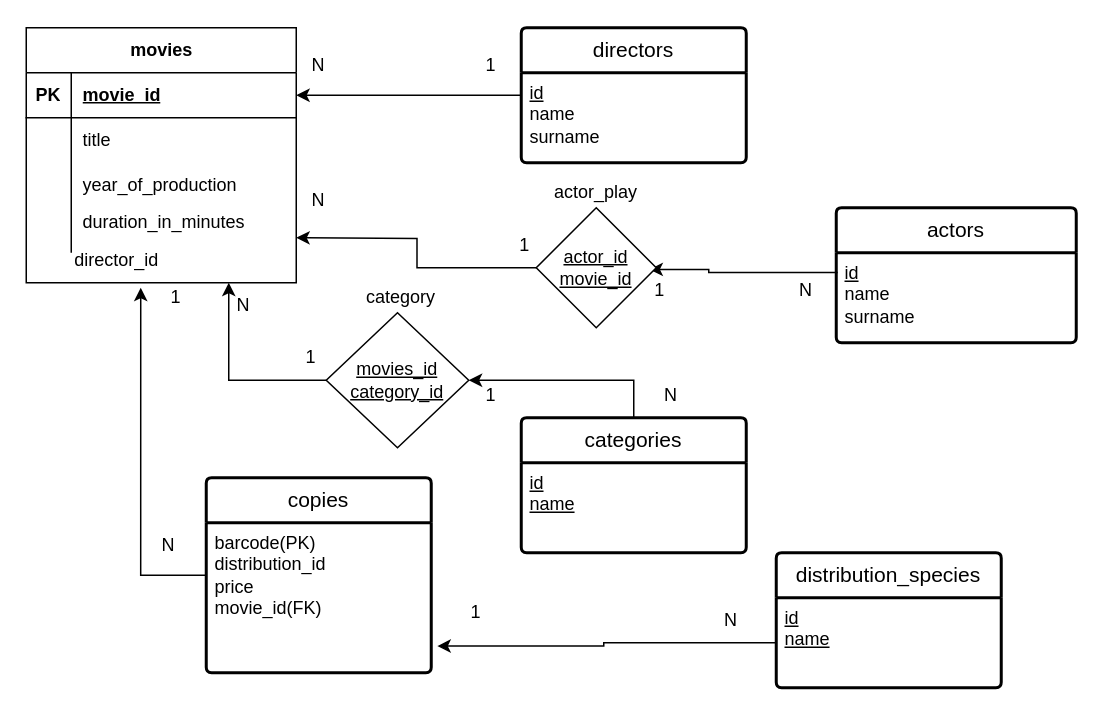
This is Untitled Diagram.drawio from serendipity019/CodingFactoryJavaLessons, a draw.io file, before an edit. Source tidied: cells renumbered, new cells numbered last; positions are measured from the earlier drawing's top-left corner, leaving out a move shared by most shapes. Both pictures are drawn from the tidied source at 150%, with x=0, y=0 at pixel (26, 27).
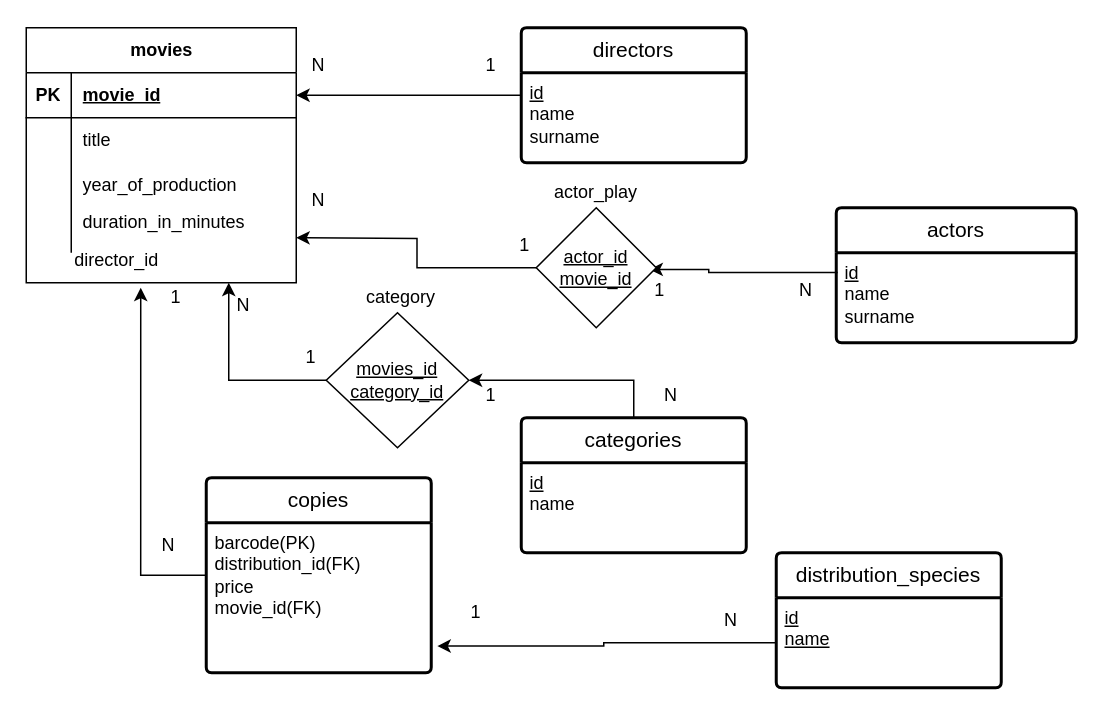
Above is the later version.

The change refers to these unchanged cells:
```xml
<mxCell id="23" value="categories" style="swimlane;horizontal=1;startSize=30;rounded=1;fontSize=14;fontStyle=0;strokeWidth=2;shadow=0;dashed=0;align=center;arcSize=4;whiteSpace=wrap;html=1;" parent="1" vertex="1">
  <mxGeometry x="330" y="260" width="150" height="90" as="geometry" />
</mxCell>
<mxCell id="25" value="copies" style="swimlane;horizontal=1;startSize=30;rounded=1;fontSize=14;fontStyle=0;strokeWidth=2;shadow=0;dashed=0;align=center;arcSize=4;whiteSpace=wrap;html=1;" parent="1" vertex="1">
  <mxGeometry x="120" y="300" width="150" height="130" as="geometry" />
</mxCell>
```

The edit, as a diff of the source:
```diff
@@
-    <mxCell id="24" value="&lt;u&gt;id&lt;br&gt;name&lt;/u&gt;&lt;div&gt;&lt;u&gt;&lt;br&gt;&lt;/u&gt;&lt;/div&gt;" style="align=left;strokeColor=none;fillColor=none;spacingLeft=4;fontSize=12;verticalAlign=top;html=1;" parent="23" vertex="1">
+    <mxCell id="24" value="&lt;u&gt;id&lt;br&gt;&lt;/u&gt;name&lt;div&gt;&lt;u&gt;&lt;br&gt;&lt;/u&gt;&lt;/div&gt;" style="align=left;strokeColor=none;fillColor=none;spacingLeft=4;fontSize=12;verticalAlign=top;html=1;" parent="23" vertex="1">
       <mxGeometry y="30" width="150" height="60" as="geometry" />
     </mxCell>
@@
-    <mxCell id="26" value="barcode(PK)&lt;br&gt;&lt;div&gt;distribution_id&lt;/div&gt;&lt;div&gt;price&lt;/div&gt;&lt;div&gt;movie_id(FK)&lt;br&gt;&lt;/div&gt;" style="align=left;strokeColor=none;fillColor=none;spacingLeft=4;fontSize=12;verticalAlign=top;html=1;" parent="25" vertex="1">
+    <mxCell id="26" value="barcode(PK)&lt;br&gt;&lt;div&gt;distribution_id(FK)&lt;/div&gt;&lt;div&gt;price&lt;/div&gt;&lt;div&gt;movie_id(FK)&lt;br&gt;&lt;/div&gt;" style="align=left;strokeColor=none;fillColor=none;spacingLeft=4;fontSize=12;verticalAlign=top;html=1;" parent="25" vertex="1">
       <mxGeometry y="30" width="150" height="100" as="geometry" />
     </mxCell>
```
